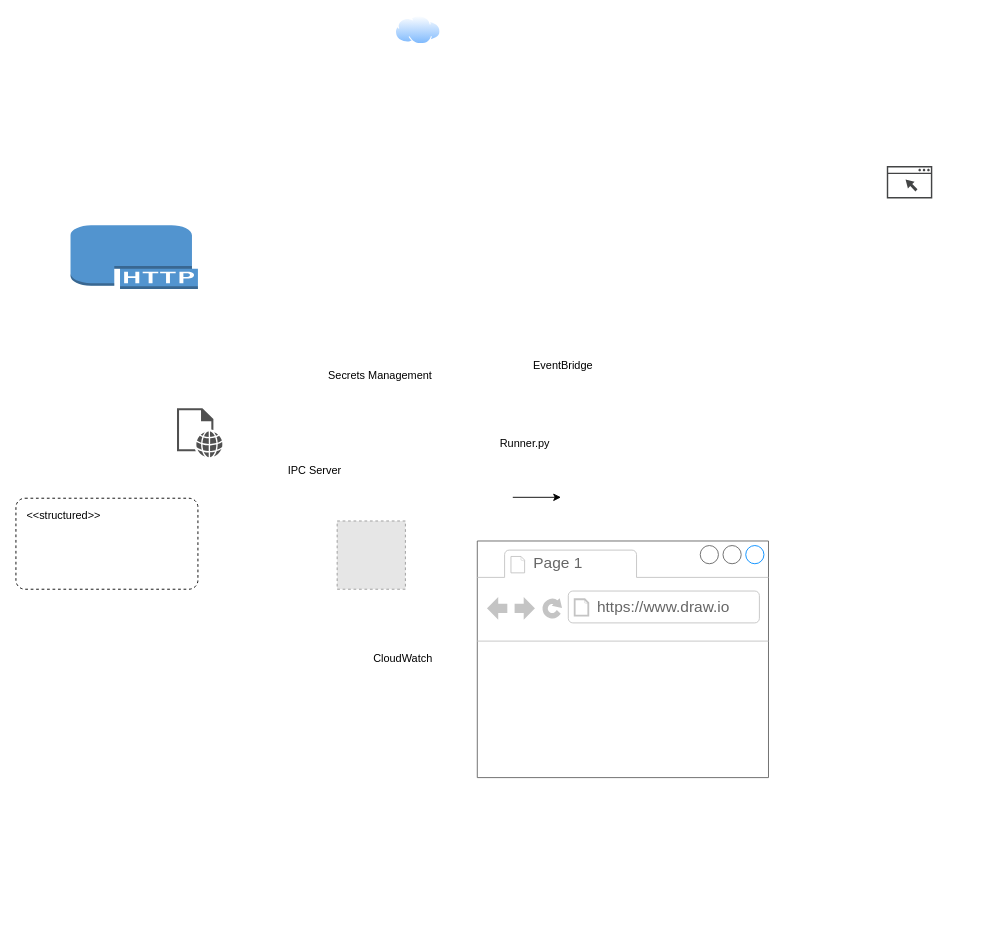
Before: RedireccionamientoTrigarante.drawio in GdeYta56/Diagramas-Banorte, a draw.io diagram. Source tidied: cells renumbered, new cells numbered last; positions are measured from the earlier drawing's top-left corner, leaving out a move shared by most shapes. Both pictures are drawn from the tidied source at 91%, with x=0, y=0 at pixel (15, 15). Pictures stored in the file or linked from it are replaced by grey dashed boxes.
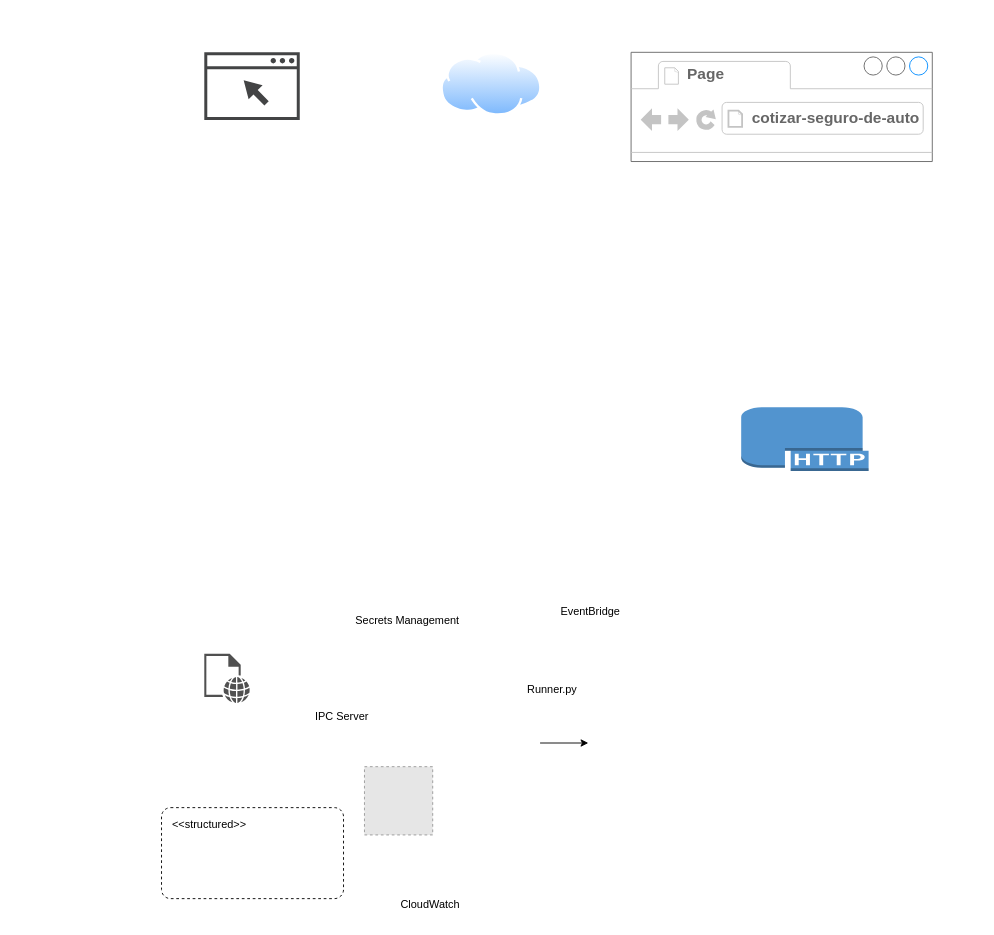
Above is the later version.

The edit, as a diff of the source:
```diff
@@
 <mxGraphModel>
   <root>
     <mxCell id="0" />
     <mxCell id="1" parent="0" />
     <mxCell id="2" style="sketch=0;shadow=0;dashed=0;html=1;strokeColor=none;fillColor=#434445;labelPosition=center;verticalLabelPosition=bottom;verticalAlign=top;align=center;shape=mxgraph.vvd.web_browser;" parent="1" vertex="1">
-      <mxGeometry x="957" y="165" width="50" height="35.5" as="geometry" />
+      <mxGeometry x="207" y="40" width="104.9" height="74.5" as="geometry" />
     </mxCell>
-    <mxCell id="3" value="&amp;lt;&amp;lt;structured&amp;gt;&amp;gt;" style="dashed=1;rounded=1;absoluteArcSize=1;arcSize=20;html=1;verticalAlign=top;align=left;spacingTop=5;spacingLeft=10;whiteSpace=wrap;" parent="1" vertex="1">
-      <mxGeometry y="530" width="200" height="100" as="geometry" />
-    </mxCell>
-    <mxCell id="4" style="group;" parent="1" vertex="1">
-      <mxGeometry x="177" y="370" width="650" height="467" as="geometry" />
-    </mxCell>
+    <mxCell id="16" style="image;perimeter=ellipsePerimeter;html=1;align=center;shadow=0;dashed=0;spacingTop=3;image=img/lib/active_directory/internet_cloud.svg;imageBackground=default;fillColor=#121212;fillStyle=hatch;" parent="1" vertex="1">
+      <mxGeometry x="467" y="40" width="111.1" height="70" as="geometry" />
+    </mxCell>
+    <mxCell id="17" style="dashed=0;verticalLabelPosition=bottom;verticalAlign=top;align=center;html=1;shape=mxgraph.aws3.http_protocol;fillColor=#5294CF;gradientColor=none;" parent="1" vertex="1">
+      <mxGeometry x="797" y="430" width="140" height="70" as="geometry" />
+    </mxCell>
-    <mxCell id="5" style="fillColor=#E6E6E6;strokeColor=#999999;dashed=1;html=1;verticalAlign=top;verticalLabelPosition=bottom;labelBackgroundColor=#ffffff;" parent="4" vertex="1">
-      <mxGeometry x="176" y="185" width="75" height="75" as="geometry" />
+    <mxCell id="5" style="fillColor=#E6E6E6;strokeColor=#999999;dashed=1;html=1;verticalAlign=top;verticalLabelPosition=bottom;labelBackgroundColor=#ffffff;" parent="1" vertex="1">
+      <mxGeometry x="383" y="825" width="75" height="75" as="geometry" />
     </mxCell>
-    <mxCell id="6" value="Runner.py" style="text;html=1;align=center;verticalAlign=middle;strokeColor=none;fillColor=none;" parent="4" vertex="1">
-      <mxGeometry x="342" y="85" width="80" height="30" as="geometry" />
+    <mxCell id="6" value="Runner.py" style="text;html=1;align=center;verticalAlign=middle;strokeColor=none;fillColor=none;" parent="1" vertex="1">
+      <mxGeometry x="549" y="725" width="80" height="30" as="geometry" />
     </mxCell>
-    <mxCell id="7" value="CloudWatch" style="text;html=1;align=center;verticalAlign=middle;strokeColor=none;fillColor=none;" parent="4" vertex="1">
-      <mxGeometry x="203" y="322" width="90" height="30" as="geometry" />
+    <mxCell id="7" value="CloudWatch" style="text;html=1;align=center;verticalAlign=middle;strokeColor=none;fillColor=none;" parent="1" vertex="1">
+      <mxGeometry x="410" y="962" width="90" height="30" as="geometry" />
     </mxCell>
-    <mxCell id="8" value="EventBridge" style="text;html=1;align=center;verticalAlign=middle;strokeColor=none;fillColor=none;" parent="4" vertex="1">
-      <mxGeometry x="379" width="90" height="30" as="geometry" />
+    <mxCell id="8" value="EventBridge" style="text;html=1;align=center;verticalAlign=middle;strokeColor=none;fillColor=none;" parent="1" vertex="1">
+      <mxGeometry x="586" y="640" width="90" height="30" as="geometry" />
     </mxCell>
-    <mxCell id="9" value="IPC Server" style="text;html=1;align=center;verticalAlign=middle;strokeColor=none;fillColor=none;" parent="4" vertex="1">
-      <mxGeometry x="111" y="115" width="80" height="30" as="geometry" />
+    <mxCell id="9" value="IPC Server" style="text;html=1;align=center;verticalAlign=middle;strokeColor=none;fillColor=none;" parent="1" vertex="1">
+      <mxGeometry x="318" y="755" width="80" height="30" as="geometry" />
     </mxCell>
-    <mxCell id="10" value="Secrets Management" style="text;html=1;align=center;verticalAlign=middle;strokeColor=none;fillColor=none;" parent="4" vertex="1">
-      <mxGeometry x="153" y="10" width="140" height="30" as="geometry" />
+    <mxCell id="10" value="Secrets Management" style="text;html=1;align=center;verticalAlign=middle;strokeColor=none;fillColor=none;" parent="1" vertex="1">
+      <mxGeometry x="360" y="650" width="140" height="30" as="geometry" />
     </mxCell>
-    <mxCell id="11" style="edgeStyle=orthogonalEdgeStyle;rounded=0;orthogonalLoop=1;jettySize=auto;html=1;exitX=1;exitY=0.5;exitDx=0;exitDy=0;exitPerimeter=0;entryX=0;entryY=0.5;entryDx=0;entryDy=0;entryPerimeter=0;" parent="4" edge="1">
+    <mxCell id="11" style="edgeStyle=orthogonalEdgeStyle;rounded=0;orthogonalLoop=1;jettySize=auto;html=1;exitX=1;exitY=0.5;exitDx=0;exitDy=0;exitPerimeter=0;entryX=0;entryY=0.5;entryDx=0;entryDy=0;entryPerimeter=0;" parent="1" edge="1">
       <mxGeometry relative="1" as="geometry">
-        <mxPoint x="369" y="159" as="sourcePoint" />
-        <mxPoint x="422" y="159" as="targetPoint" />
+        <mxPoint x="576" y="799" as="sourcePoint" />
+        <mxPoint x="629" y="799" as="targetPoint" />
       </mxGeometry>
     </mxCell>
-    <mxCell id="12" style="sketch=0;shadow=0;dashed=0;html=1;strokeColor=none;fillColor=#505050;labelPosition=center;verticalLabelPosition=bottom;verticalAlign=top;align=center;shape=mxgraph.office.concepts.web_page;" parent="4" vertex="1">
-      <mxGeometry y="61" width="50" height="54" as="geometry" />
+    <mxCell id="12" style="sketch=0;shadow=0;dashed=0;html=1;strokeColor=none;fillColor=#505050;labelPosition=center;verticalLabelPosition=bottom;verticalAlign=top;align=center;shape=mxgraph.office.concepts.web_page;" parent="1" vertex="1">
+      <mxGeometry x="207" y="701" width="50" height="54" as="geometry" />
     </mxCell>
-    <mxCell id="13" style="strokeWidth=1;shadow=0;dashed=0;align=center;html=1;shape=mxgraph.mockup.containers.browserWindow;rSize=0;strokeColor=#666666;strokeColor2=#008cff;strokeColor3=#c4c4c4;mainText=,;" parent="4" vertex="1">
-      <mxGeometry x="330" y="207" width="320" height="260" as="geometry" />
+    <mxCell id="13" style="strokeWidth=1;shadow=0;dashed=0;align=center;html=1;shape=mxgraph.mockup.containers.browserWindow;rSize=0;strokeColor=#666666;strokeColor2=#008cff;strokeColor3=#c4c4c4;mainText=,;" parent="1" vertex="1">
+      <mxGeometry x="676" y="40" width="331" height="120" as="geometry" />
     </mxCell>
-    <mxCell id="14" value="Page 1" style="strokeWidth=1;shadow=0;dashed=0;align=center;html=1;shape=mxgraph.mockup.containers.anchor;fontSize=17;fontColor=#666666;align=left;whiteSpace=wrap;" parent="13" vertex="1">
+    <mxCell id="14" value="&lt;b&gt;Page&amp;nbsp;&lt;/b&gt;" style="strokeWidth=1;shadow=0;dashed=0;align=center;html=1;shape=mxgraph.mockup.containers.anchor;fontSize=17;fontColor=#666666;align=left;whiteSpace=wrap;" parent="13" vertex="1">
       <mxGeometry x="60" y="12" width="110" height="26" as="geometry" />
     </mxCell>
-    <mxCell id="15" value="https://www.draw.io" style="strokeWidth=1;shadow=0;dashed=0;align=center;html=1;shape=mxgraph.mockup.containers.anchor;rSize=0;fontSize=17;fontColor=#666666;align=left;" parent="13" vertex="1">
-      <mxGeometry x="130" y="60" width="250" height="26" as="geometry" />
+    <mxCell id="15" value="&lt;b&gt;cotizar-seguro-de-auto&lt;/b&gt;" style="strokeWidth=1;shadow=0;dashed=0;align=center;html=1;shape=mxgraph.mockup.containers.anchor;rSize=0;fontSize=17;fontColor=#666666;align=left;" parent="13" vertex="1">
+      <mxGeometry x="131" y="60" width="250" height="26" as="geometry" />
     </mxCell>
-    <mxCell id="16" style="image;perimeter=ellipsePerimeter;html=1;align=center;shadow=0;dashed=0;spacingTop=3;image=img/lib/active_directory/internet_cloud.svg;" parent="1" vertex="1">
-      <mxGeometry x="417" width="50" height="31.5" as="geometry" />
-    </mxCell>
-    <mxCell id="17" style="dashed=0;verticalLabelPosition=bottom;verticalAlign=top;align=center;html=1;shape=mxgraph.aws3.http_protocol;fillColor=#5294CF;gradientColor=none;" parent="1" vertex="1">
-      <mxGeometry x="60" y="230" width="140" height="70" as="geometry" />
-    </mxCell>
+    <mxCell id="3" value="&amp;lt;&amp;lt;structured&amp;gt;&amp;gt;" style="dashed=1;rounded=1;absoluteArcSize=1;arcSize=20;html=1;verticalAlign=top;align=left;spacingTop=5;spacingLeft=10;whiteSpace=wrap;" parent="1" vertex="1">
+      <mxGeometry x="160" y="870" width="200" height="100" as="geometry" />
+    </mxCell>
   </root>
 </mxGraphModel>
```
